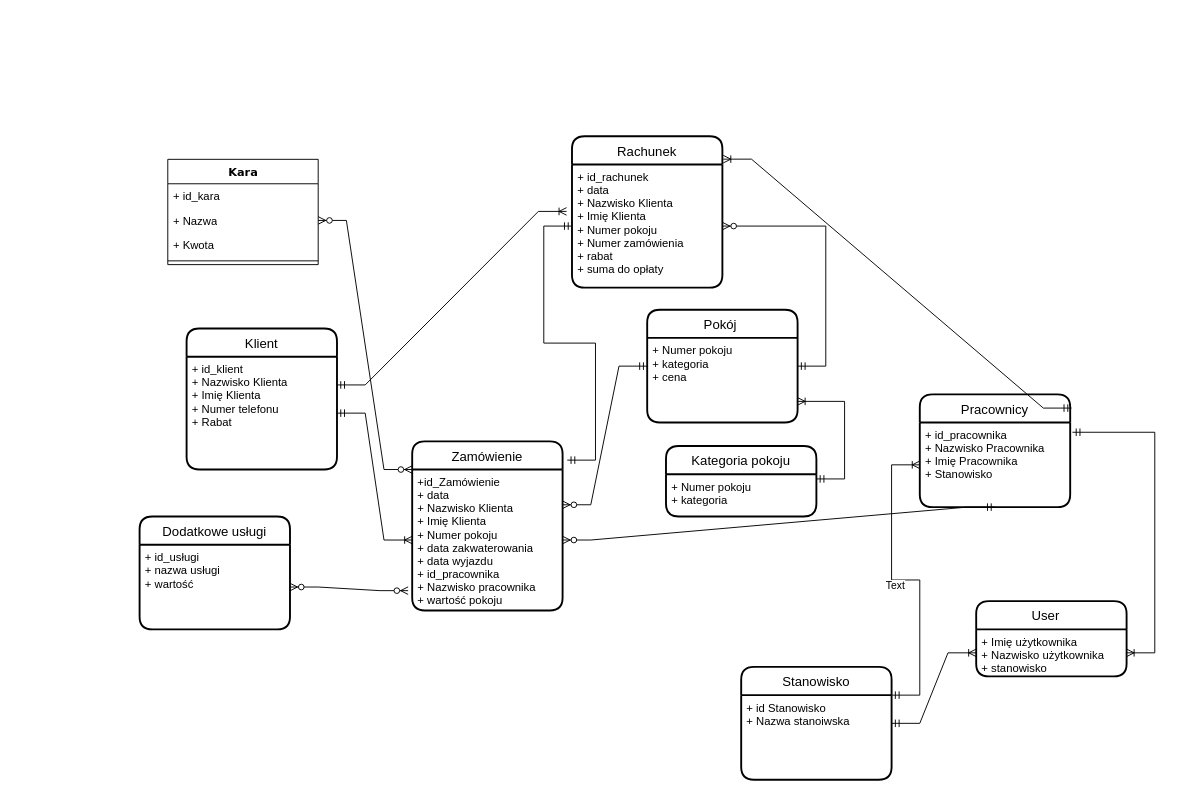
DemskyiDm/Horyzont keeps this draw.io diagram as Hotel California.drawio. Above is the earlier version. Source tidied: cells renumbered, new cells numbered last; positions are measured from the earlier drawing's top-left corner, leaving out a move shared by most shapes. Both pictures are drawn from the tidied source at 94%, with x=0, y=0 at pixel (139, 136).
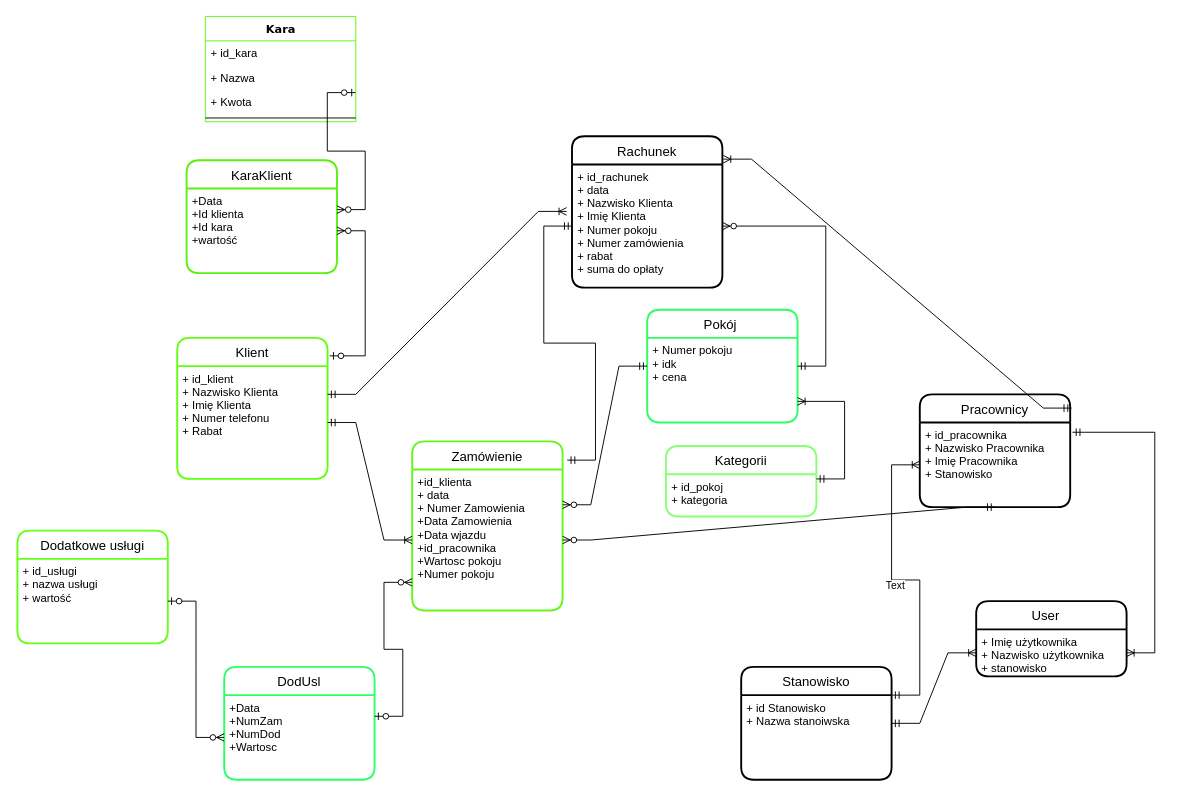
Above is the later version.

The change refers to these unchanged cells:
```xml
<mxCell id="4" value="+ Nazwa" style="text;html=1;strokeColor=none;fillColor=none;align=left;verticalAlign=top;spacingLeft=4;spacingRight=4;whiteSpace=wrap;overflow=hidden;points=[[0,0.5],[1,0.5]];portConstraint=eastwest;" parent="2" vertex="1">
  <mxGeometry y="52" width="160" height="26" as="geometry" />
</mxCell>
<mxCell id="20" value="+ id_usługi&#10;+ nazwa usługi&#10;+ wartość" style="align=left;strokeColor=none;fillColor=none;spacingLeft=4;fontSize=12;verticalAlign=top;" parent="19" vertex="1">
  <mxGeometry y="30" width="160" height="90" as="geometry" />
</mxCell>
```

The edit, as a diff of the source:
```diff
@@
-    <mxCell id="2" value="Kara" style="swimlane;html=1;fontStyle=1;align=center;verticalAlign=top;horizontal=1;startSize=26;swimlaneFillColor=#ffffff;rounded=0;shadow=0;comic=0;labelBackgroundColor=none;strokeWidth=1;fillColor=none;fontFamily=Verdana;fontSize=12;" parent="1" vertex="1">
-      <mxGeometry x="30" y="24" width="160" height="112" as="geometry" />
+    <mxCell id="2" value="Kara" style="swimlane;html=1;fontStyle=1;align=center;verticalAlign=top;horizontal=1;startSize=26;swimlaneFillColor=#ffffff;rounded=0;shadow=0;comic=0;labelBackgroundColor=none;strokeWidth=1;fillColor=none;fontFamily=Verdana;fontSize=12;strokeColor=#5EF711;" parent="1" vertex="1">
+      <mxGeometry x="70" y="-128" width="160" height="112" as="geometry" />
     </mxCell>
@@
-    <mxCell id="7" value="Klient" style="swimlane;horizontal=1;startSize=30;rounded=1;fontSize=14;fontStyle=0;strokeWidth=2;shadow=0;dashed=0;align=center;" parent="1" vertex="1">
-      <mxGeometry x="50" y="204" width="160" height="150" as="geometry" />
+    <mxCell id="7" value="Klient" style="swimlane;horizontal=1;startSize=30;rounded=1;fontSize=14;fontStyle=0;strokeWidth=2;shadow=0;dashed=0;align=center;strokeColor=#61FF12;" parent="1" vertex="1">
+      <mxGeometry x="40" y="214" width="160" height="150" as="geometry" />
     </mxCell>
@@
-    <mxCell id="9" value="Zamówienie" style="swimlane;horizontal=1;startSize=30;rounded=1;fontSize=14;fontStyle=0;strokeWidth=2;shadow=0;dashed=0;align=center;" parent="1" vertex="1">
+    <mxCell id="9" value="Zamówienie" style="swimlane;horizontal=1;startSize=30;rounded=1;fontSize=14;fontStyle=0;strokeWidth=2;shadow=0;dashed=0;align=center;strokeColor=#63F719;" parent="1" vertex="1">
       <mxGeometry x="290" y="324" width="160" height="180" as="geometry" />
     </mxCell>
-    <mxCell id="10" value="+id_Zamówienie&#10;+ data&#10;+ Nazwisko Klienta&#10;+ Imię Klienta&#10;+ Numer pokoju&#10;+ data zakwaterowania&#10;+ data wyjazdu&#10;+ id_pracownika&#10;+ Nazwisko pracownika&#10;+ wartość pokoju" style="align=left;strokeColor=none;fillColor=none;spacingLeft=4;fontSize=12;verticalAlign=top;" parent="9" vertex="1">
+    <mxCell id="10" value="+id_klienta&#10;+ data&#10;+ Numer Zamowienia&#10;+Data Zamowienia&#10;+Data wjazdu&#10;+id_pracownika&#10;+Wartosc pokoju&#10;+Numer pokoju" style="align=left;strokeColor=none;fillColor=none;spacingLeft=4;fontSize=12;verticalAlign=top;" parent="9" vertex="1">
       <mxGeometry y="30" width="160" height="150" as="geometry" />
     </mxCell>
@@
-    <mxCell id="12" value="Pokój " style="swimlane;horizontal=1;startSize=30;rounded=1;fontSize=14;fontStyle=0;strokeWidth=2;shadow=0;dashed=0;align=center;" parent="1" vertex="1">
+    <mxCell id="12" value="Pokój " style="swimlane;horizontal=1;startSize=30;rounded=1;fontSize=14;fontStyle=0;strokeWidth=2;shadow=0;dashed=0;align=center;strokeColor=#2BFF64;" parent="1" vertex="1">
       <mxGeometry x="540" y="184" width="160" height="120" as="geometry" />
     </mxCell>
-    <mxCell id="13" value="+ Numer pokoju&#10;+ kategoria&#10;+ cena" style="align=left;strokeColor=none;fillColor=none;spacingLeft=4;fontSize=12;verticalAlign=top;" parent="12" vertex="1">
+    <mxCell id="13" value="+ Numer pokoju&#10;+ idk&#10;+ cena" style="align=left;strokeColor=none;fillColor=none;spacingLeft=4;fontSize=12;verticalAlign=top;" parent="12" vertex="1">
       <mxGeometry y="30" width="160" height="90" as="geometry" />
     </mxCell>
@@
-    <mxCell id="16" value="Kategoria pokoju" style="swimlane;horizontal=1;startSize=30;rounded=1;fontSize=14;fontStyle=0;strokeWidth=2;shadow=0;dashed=0;align=center;" parent="1" vertex="1">
+    <mxCell id="16" value="Kategorii" style="swimlane;horizontal=1;startSize=30;rounded=1;fontSize=14;fontStyle=0;strokeWidth=2;shadow=0;dashed=0;align=center;strokeColor=#88FF75;" parent="1" vertex="1">
       <mxGeometry x="560" y="329" width="160" height="75" as="geometry" />
     </mxCell>
-    <mxCell id="17" value="+ Numer pokoju&#10;+ kategoria" style="align=left;strokeColor=none;fillColor=none;spacingLeft=4;fontSize=12;verticalAlign=top;" parent="16" vertex="1">
+    <mxCell id="17" value="+ id_pokoj&#10;+ kategoria" style="align=left;strokeColor=none;fillColor=none;spacingLeft=4;fontSize=12;verticalAlign=top;" parent="16" vertex="1">
       <mxGeometry y="30" width="160" height="45" as="geometry" />
     </mxCell>
@@
-    <mxCell id="19" value="Dodatkowe usługi" style="swimlane;horizontal=1;startSize=30;rounded=1;fontSize=14;fontStyle=0;strokeWidth=2;shadow=0;dashed=0;align=center;" parent="1" vertex="1">
-      <mxGeometry y="404" width="160" height="120" as="geometry" />
+    <mxCell id="19" value="Dodatkowe usługi" style="swimlane;horizontal=1;startSize=30;rounded=1;fontSize=14;fontStyle=0;strokeWidth=2;shadow=0;dashed=0;align=center;strokeColor=#66FF19;" parent="1" vertex="1">
+      <mxGeometry x="-130" y="419" width="160" height="120" as="geometry" />
     </mxCell>
@@
-    <mxCell id="21" style="edgeStyle=entityRelationEdgeStyle;fontSize=12;html=1;endArrow=ERzeroToMany;endFill=1;startArrow=ERzeroToMany;rounded=0;entryX=-0.027;entryY=0.859;entryDx=0;entryDy=0;entryPerimeter=0;" parent="1" edge="1" source="20" target="10">
-      <mxGeometry relative="1" as="geometry" />
-    </mxCell>
@@
-    <mxCell id="38" style="edgeStyle=entityRelationEdgeStyle;fontSize=12;html=1;endArrow=ERzeroToMany;endFill=1;startArrow=ERzeroToMany;rounded=0;entryX=1;entryY=0.5;entryDx=0;entryDy=0;exitX=0;exitY=0;exitDx=0;exitDy=0;" parent="1" edge="1" source="10" target="4">
-      <mxGeometry relative="1" as="geometry" />
-    </mxCell>
+    <mxCell id="39" value="KaraKlient" style="swimlane;horizontal=1;startSize=30;rounded=1;fontSize=14;fontStyle=0;strokeWidth=2;shadow=0;dashed=0;align=center;strokeColor=#5BF011;" parent="1" vertex="1">
+      <mxGeometry x="50" y="25" width="160" height="120" as="geometry" />
+    </mxCell>
+    <mxCell id="40" value="+Data&#10;+Id klienta&#10;+Id kara&#10;+wartość" style="align=left;strokeColor=none;fillColor=none;spacingLeft=4;fontSize=12;verticalAlign=top;" parent="39" vertex="1">
+      <mxGeometry y="30" width="160" height="90" as="geometry" />
+    </mxCell>
+    <mxCell id="41" style="edgeStyle=entityRelationEdgeStyle;fontSize=12;html=1;endArrow=ERzeroToMany;startArrow=ERzeroToOne;rounded=0;exitX=1.014;exitY=0.127;exitDx=0;exitDy=0;exitPerimeter=0;" parent="1" edge="1" source="7" target="40">
+      <mxGeometry relative="1" as="geometry" />
+    </mxCell>
+    <mxCell id="42" style="edgeStyle=entityRelationEdgeStyle;fontSize=12;html=1;endArrow=ERzeroToMany;startArrow=ERzeroToOne;rounded=0;exitX=0.998;exitY=1.116;exitDx=0;exitDy=0;exitPerimeter=0;entryX=1;entryY=0.25;entryDx=0;entryDy=0;" parent="1" edge="1" source="4" target="40">
+      <mxGeometry relative="1" as="geometry" />
+    </mxCell>
+    <mxCell id="43" value="DodUsl" style="swimlane;horizontal=1;startSize=30;rounded=1;fontSize=14;fontStyle=0;strokeWidth=2;shadow=0;dashed=0;align=center;strokeColor=#2BFF64;" parent="1" vertex="1">
+      <mxGeometry x="90" y="564" width="160" height="120" as="geometry" />
+    </mxCell>
+    <mxCell id="44" value="+Data&#10;+NumZam&#10;+NumDod&#10;+Wartosc" style="align=left;strokeColor=none;fillColor=none;spacingLeft=4;fontSize=12;verticalAlign=top;" parent="43" vertex="1">
+      <mxGeometry y="30" width="160" height="90" as="geometry" />
+    </mxCell>
+    <mxCell id="45" style="edgeStyle=entityRelationEdgeStyle;fontSize=12;html=1;endArrow=ERzeroToMany;startArrow=ERzeroToOne;rounded=0;exitX=1;exitY=0.25;exitDx=0;exitDy=0;entryX=0;entryY=0.8;entryDx=0;entryDy=0;entryPerimeter=0;" parent="1" edge="1" source="44" target="10">
+      <mxGeometry relative="1" as="geometry" />
+    </mxCell>
+    <mxCell id="46" style="edgeStyle=entityRelationEdgeStyle;fontSize=12;html=1;endArrow=ERzeroToMany;startArrow=ERzeroToOne;rounded=0;entryX=0;entryY=0.5;entryDx=0;entryDy=0;" parent="1" edge="1" source="20" target="44">
+      <mxGeometry relative="1" as="geometry" />
+    </mxCell>
```
